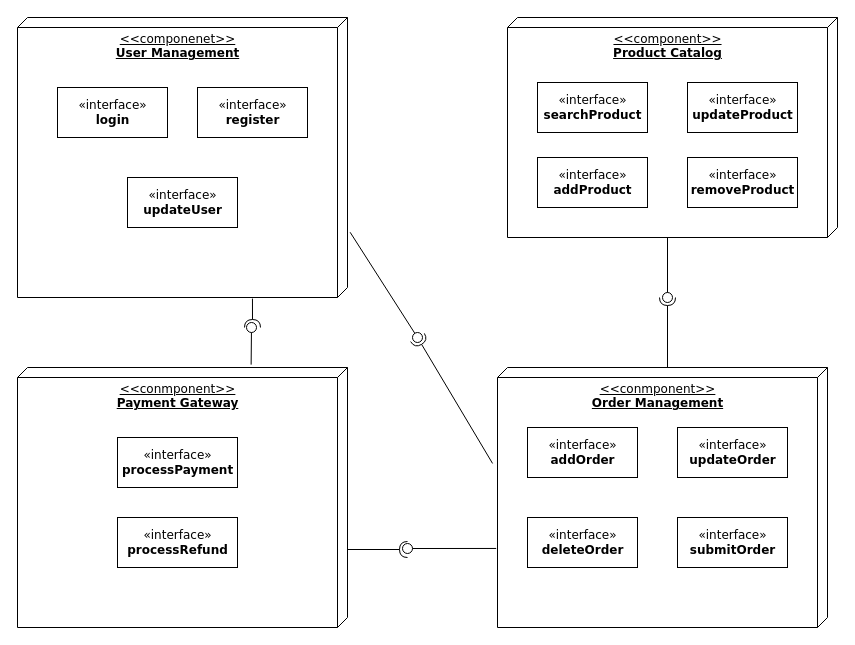
Earlier version of the draw.io diagram largeProjectUMLExample.drawio (micahsellis/UMLs). Source tidied: cells renumbered, new cells numbered last; positions are measured from the earlier drawing's top-left corner, leaving out a move shared by most shapes. Both pictures are drawn from the tidied source at 100%, with x=0, y=0 at pixel (17, 17).
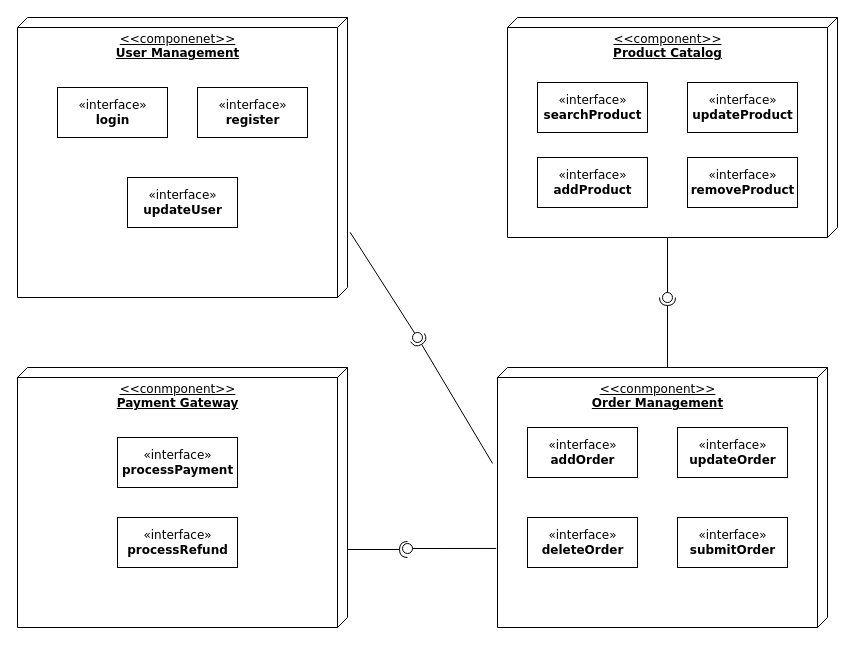
The same diagram, later.

Unchanged cells that the change refers to:
```xml
<mxCell id="2" value="&lt;div align=&quot;center&quot;&gt;&amp;lt;&amp;lt;componenet&amp;gt;&amp;gt;&lt;br&gt;&lt;/div&gt;&lt;div align=&quot;center&quot;&gt;&lt;b&gt;User Management&lt;/b&gt;&lt;/div&gt;" style="verticalAlign=top;align=center;spacingTop=8;spacingLeft=2;spacingRight=12;shape=cube;size=10;direction=south;fontStyle=4;html=1;rounded=0;shadow=0;comic=0;labelBackgroundColor=none;strokeWidth=1;fontFamily=Verdana;fontSize=12;" parent="1" vertex="1">
  <mxGeometry width="330" height="280" as="geometry" />
</mxCell>
<mxCell id="10" value="&lt;div align=&quot;center&quot;&gt;&amp;lt;&amp;lt;conmponent&amp;gt;&amp;gt;&lt;/div&gt;&lt;div align=&quot;center&quot;&gt;&lt;b&gt;Payment Gateway&lt;/b&gt;&lt;br&gt;&lt;/div&gt;" style="verticalAlign=top;align=center;spacingTop=8;spacingLeft=2;spacingRight=12;shape=cube;size=10;direction=south;fontStyle=4;html=1;rounded=0;shadow=0;comic=0;labelBackgroundColor=none;strokeWidth=1;fontFamily=Verdana;fontSize=12;" parent="1" vertex="1">
  <mxGeometry y="350" width="330" height="260" as="geometry" />
</mxCell>
```

Change to the diagram source:
```diff
@@
-    <mxCell id="28" style="rounded=0;jettySize=auto;html=1;endArrow=halfCircle;endFill=0;endSize=6;strokeWidth=1;sketch=0;exitX=1.004;exitY=0.288;exitDx=0;exitDy=0;exitPerimeter=0;" parent="1" edge="1" source="2">
-      <mxGeometry relative="1" as="geometry">
-        <mxPoint x="235" y="310" as="targetPoint" />
-      </mxGeometry>
-    </mxCell>
-    <mxCell id="29" style="rounded=0;jettySize=auto;html=1;endArrow=oval;endFill=0;sketch=0;sourcePerimeterSpacing=0;targetPerimeterSpacing=0;endSize=10;exitX=-0.011;exitY=0.292;exitDx=0;exitDy=0;exitPerimeter=0;" parent="1" edge="1" source="10">
-      <mxGeometry relative="1" as="geometry">
-        <mxPoint x="234" y="310" as="targetPoint" />
-      </mxGeometry>
-    </mxCell>
```
